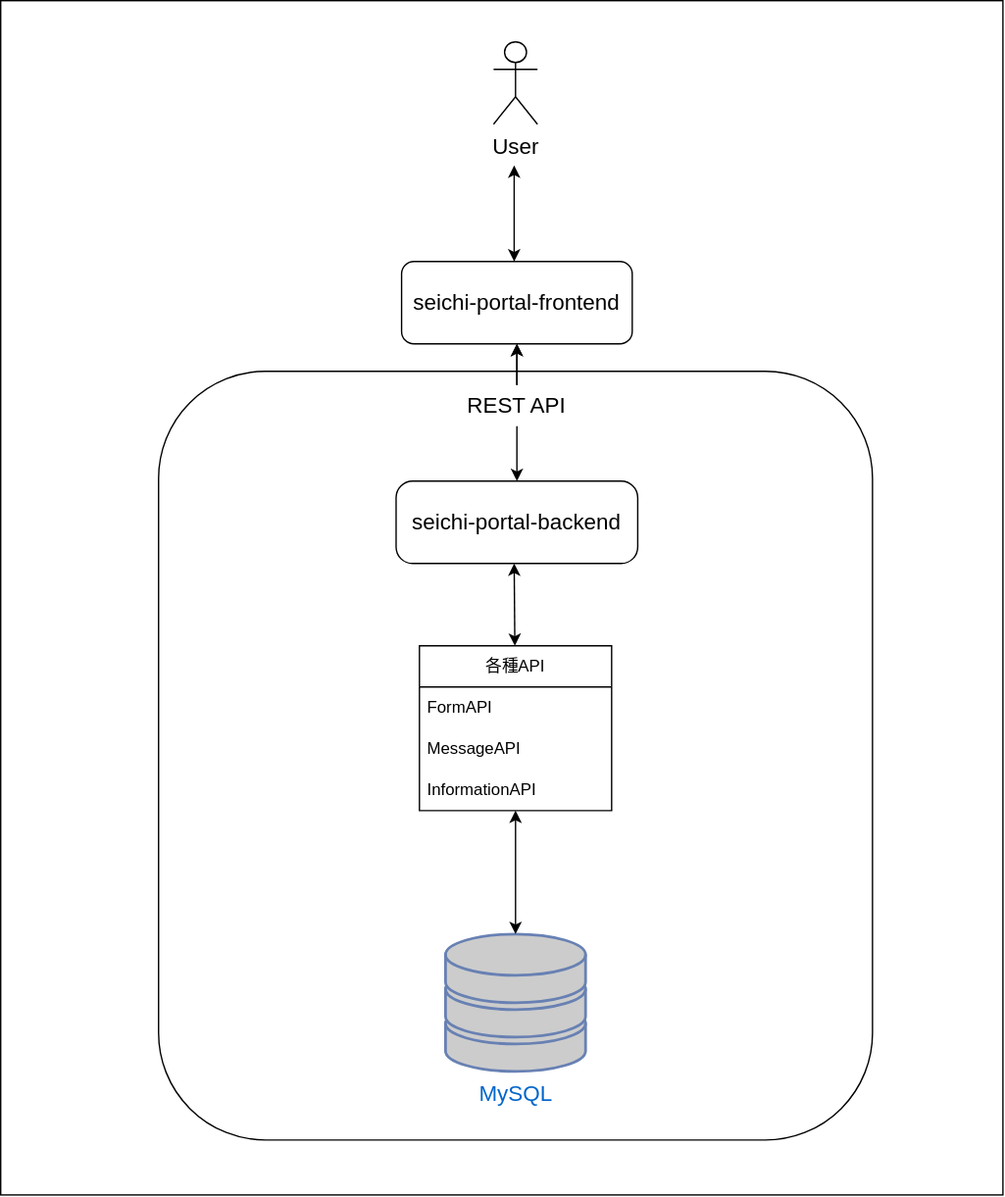
Above: docs/overhead-view.drawio.svg in GiganticMinecraft/seichi-portal-backend (draw.io), before the change. Source tidied: cells renumbered, new cells last; positions are measured from the earlier drawing's top-left corner, leaving out a move shared by most shapes.
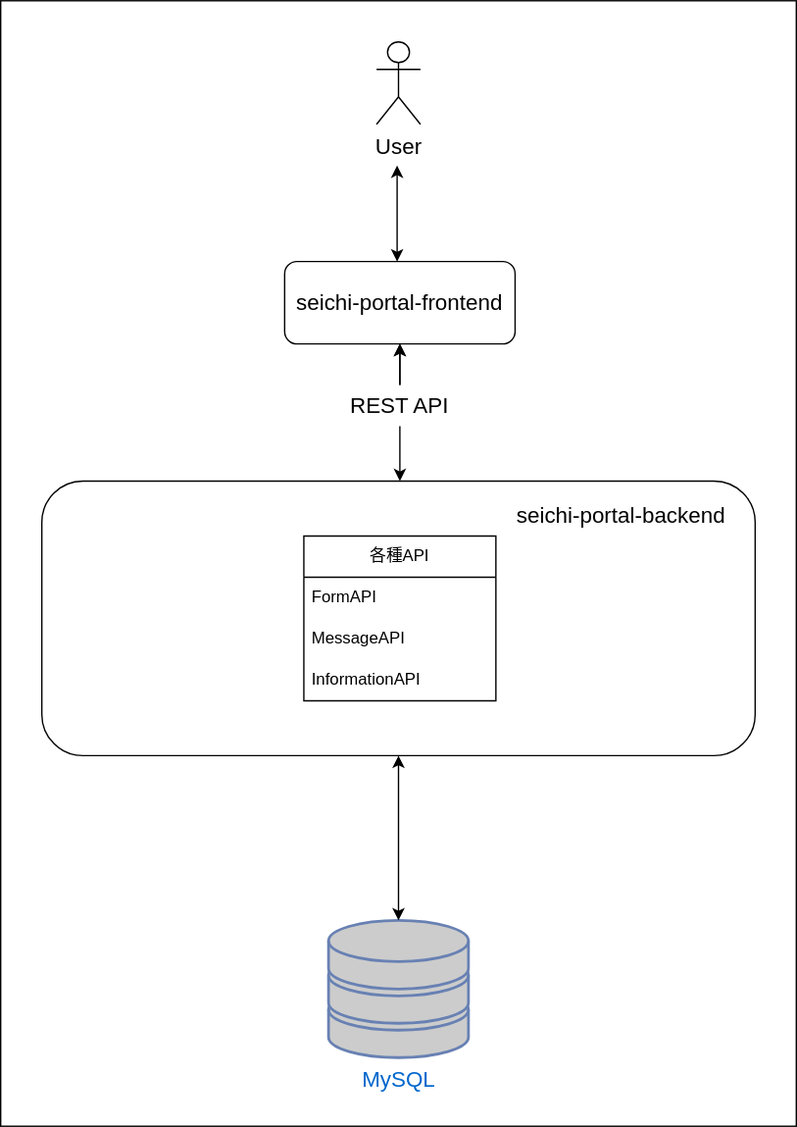
Later version of the same file.

Commit message:
chore: 俯瞰図を更新

What changed in the source:
```diff
@@ -3,17 +3,14 @@
     <mxCell id="0" />
     <mxCell id="1" parent="0" />
     <mxCell id="2" style="rounded=0;whiteSpace=wrap;html=1;" parent="1" vertex="1">
-      <mxGeometry width="730" height="870" as="geometry" />
+      <mxGeometry x="85" width="580" height="820" as="geometry" />
     </mxCell>
     <mxCell id="3" style="rounded=1;whiteSpace=wrap;html=1;strokeWidth=1;fontSize=16;" parent="1" vertex="1">
-      <mxGeometry x="115" y="270" width="520" height="560" as="geometry" />
+      <mxGeometry x="115" y="350" width="520" height="200" as="geometry" />
     </mxCell>
     <mxCell id="4" value="MySQL" style="fontColor=#0066CC;verticalAlign=top;verticalLabelPosition=bottom;labelPosition=center;align=center;html=1;outlineConnect=0;fillColor=#CCCCCC;strokeColor=#6881B3;gradientColor=none;gradientDirection=north;strokeWidth=2;shape=mxgraph.networks.storage;fontSize=16;" parent="1" vertex="1">
-      <mxGeometry x="324" y="680" width="102" height="100" as="geometry" />
+      <mxGeometry x="324" y="670" width="102" height="100" as="geometry" />
     </mxCell>
-    <mxCell id="5" value="seichi-portal-backend" style="rounded=1;whiteSpace=wrap;html=1;strokeWidth=1;fontSize=16;arcSize=20;" parent="1" vertex="1">
-      <mxGeometry x="288" y="350" width="176" height="60" as="geometry" />
-    </mxCell>
     <mxCell id="6" value="User" style="shape=umlActor;verticalLabelPosition=bottom;verticalAlign=top;html=1;strokeWidth=1;fontSize=16;" parent="1" vertex="1">
       <mxGeometry x="359" y="30" width="32" height="60" as="geometry" />
     </mxCell>
@@ -23,8 +20,10 @@
     <mxCell id="8" style="edgeStyle=none;html=1;fontSize=16;" parent="1" edge="1" source="10" target="7">
       <mxGeometry relative="1" as="geometry" />
     </mxCell>
-    <mxCell id="9" style="edgeStyle=none;html=1;exitX=0.5;exitY=1;exitDx=0;exitDy=0;fontSize=16;" parent="1" edge="1" source="10" target="5">
-      <mxGeometry relative="1" as="geometry" />
+    <mxCell id="9" style="edgeStyle=none;html=1;exitX=0.5;exitY=1;exitDx=0;exitDy=0;fontSize=16;" parent="1" edge="1" source="10">
+      <mxGeometry relative="1" as="geometry">
+        <mxPoint x="376" y="350" as="targetPoint" />
+      </mxGeometry>
     </mxCell>
     <mxCell id="10" value="REST API" style="text;html=1;strokeColor=none;fillColor=none;align=center;verticalAlign=middle;whiteSpace=wrap;rounded=0;strokeWidth=1;fontSize=16;" parent="1" vertex="1">
       <mxGeometry x="337" y="280" width="78" height="30" as="geometry" />
@@ -32,13 +31,14 @@
     <mxCell id="11" style="endArrow=classic;html=1;fontSize=16;entryX=0.5;entryY=1;entryDx=0;entryDy=0;exitX=0.5;exitY=0;exitDx=0;exitDy=0;" parent="1" edge="1" source="10" target="7">
       <mxGeometry relative="1" as="geometry" />
     </mxCell>
-    <mxCell id="12" style="endArrow=classic;startArrow=classic;html=1;" parent="1" edge="1" source="4">
+    <mxCell id="12" style="endArrow=classic;startArrow=classic;html=1;" parent="1" edge="1">
       <mxGeometry relative="1" as="geometry">
-        <mxPoint x="375" y="590" as="targetPoint" />
+        <mxPoint x="375" y="670" as="sourcePoint" />
+        <mxPoint x="375" y="550" as="targetPoint" />
       </mxGeometry>
     </mxCell>
     <mxCell id="13" value="各種API" style="swimlane;fontStyle=0;horizontal=1;startSize=30;whiteSpace=wrap;html=1;" parent="1" vertex="1">
-      <mxGeometry x="305" y="470" width="140" height="120" as="geometry" />
+      <mxGeometry x="306" y="390" width="140" height="120" as="geometry" />
     </mxCell>
     <mxCell id="14" value="FormAPI" style="text;strokeColor=none;fillColor=none;align=left;verticalAlign=middle;spacingLeft=4;spacingRight=4;overflow=hidden;whiteSpace=wrap;html=1;" parent="13" vertex="1">
       <mxGeometry y="30" width="140" height="30" as="geometry" />
@@ -49,16 +49,14 @@
     <mxCell id="16" value="InformationAPI" style="text;strokeColor=none;fillColor=none;align=left;verticalAlign=middle;spacingLeft=4;spacingRight=4;overflow=hidden;whiteSpace=wrap;html=1;" parent="13" vertex="1">
       <mxGeometry y="90" width="140" height="30" as="geometry" />
     </mxCell>
-    <mxCell id="17" style="endArrow=classic;startArrow=classic;html=1;" parent="1" edge="1" source="13">
-      <mxGeometry relative="1" as="geometry">
-        <mxPoint x="374" y="410" as="targetPoint" />
-      </mxGeometry>
-    </mxCell>
     <mxCell id="18" style="endArrow=classic;startArrow=classic;html=1;" parent="1" edge="1">
       <mxGeometry relative="1" as="geometry">
         <mxPoint x="374" y="190" as="sourcePoint" />
         <mxPoint x="374" y="120" as="targetPoint" />
       </mxGeometry>
     </mxCell>
+    <mxCell id="5" value="seichi-portal-backend" style="text;html=1;strokeColor=none;fillColor=none;align=center;verticalAlign=middle;whiteSpace=wrap;rounded=0;fontSize=16;" parent="1" vertex="1">
+      <mxGeometry x="455" y="360" width="165" height="30" as="geometry" />
+    </mxCell>
   </root>
 </mxGraphModel>
```
